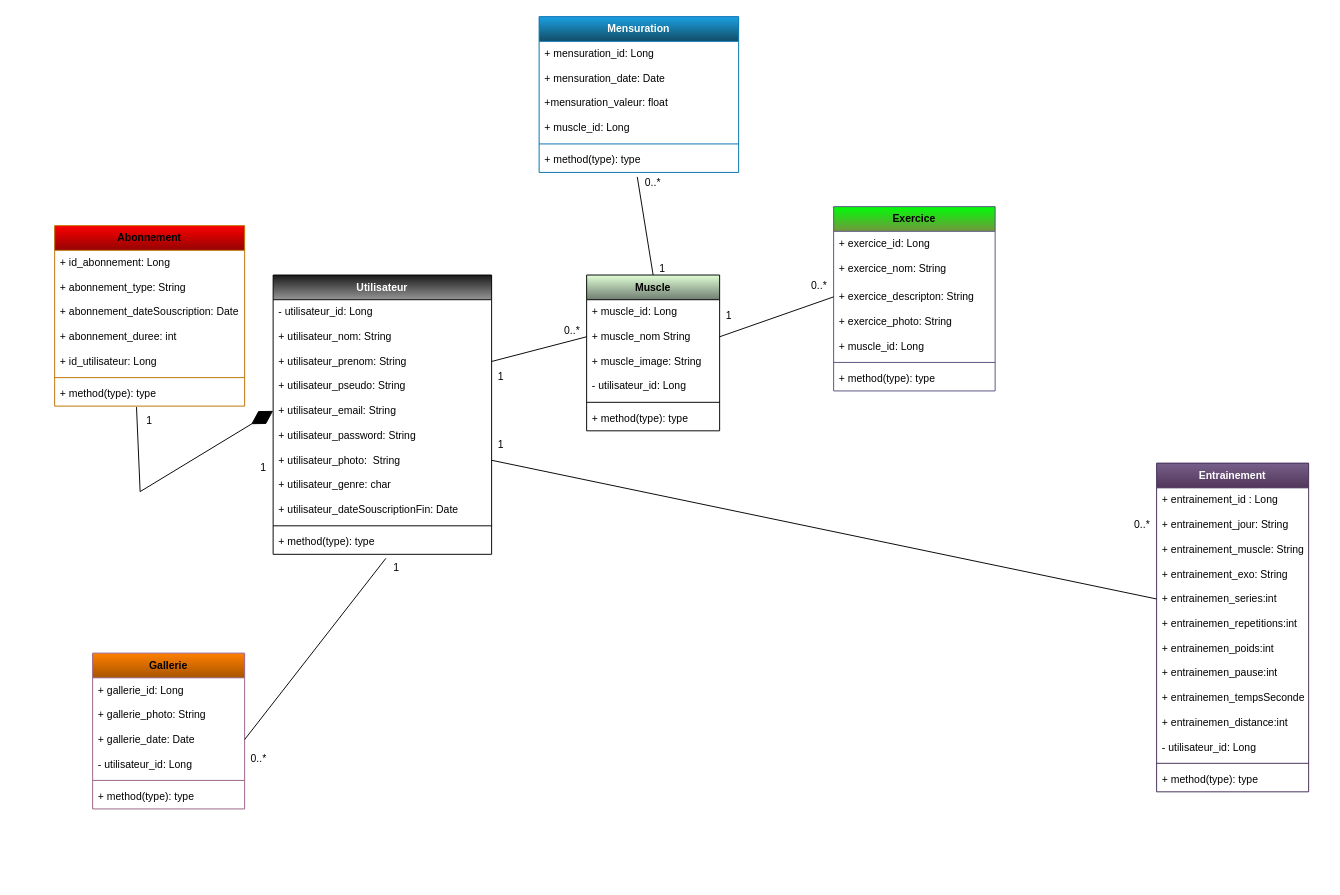
Above: Uml/shapeV7.drawio in AdHouen/Application_Shape (draw.io), before the change. Source tidied: cells renumbered, new cells numbered last; positions are measured from the earlier drawing's top-left corner, leaving out a move shared by most shapes. Both pictures are drawn from the tidied source at 95%, with x=0, y=0 at pixel (54, 16).
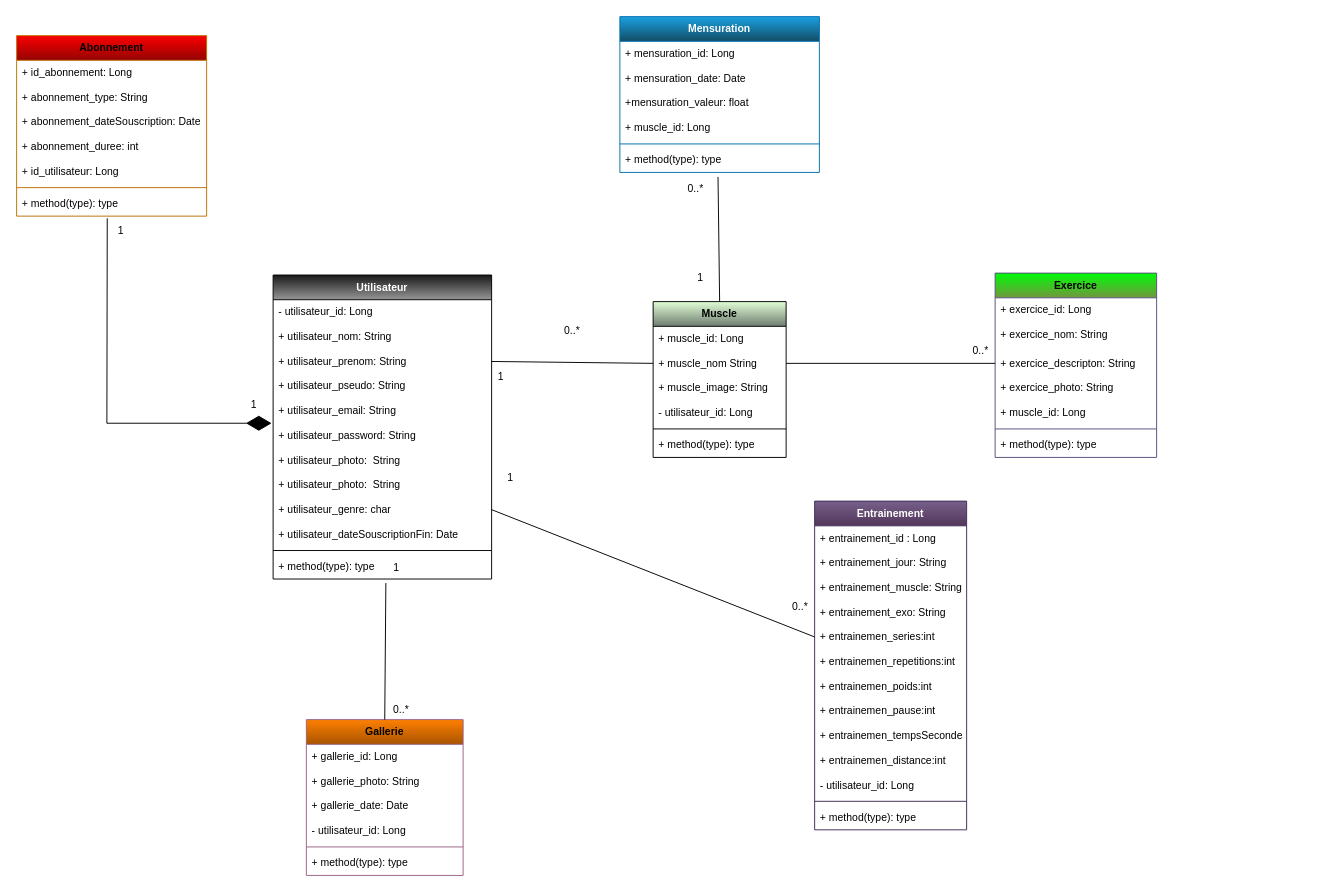
The same diagram, later.

Unchanged cells that the change refers to:
```xml
<mxCell id="7" value="+ utilisateur_email: String" style="text;strokeColor=none;fillColor=none;align=left;verticalAlign=top;spacingLeft=4;spacingRight=4;overflow=hidden;points=[[0,0.5],[1,0.5]];portConstraint=eastwest;fontSize=11;" parent="2" vertex="1">
  <mxGeometry y="130" width="230" height="26" as="geometry" />
</mxCell>
<mxCell id="8" value="+ utilisateur_password: String" style="text;strokeColor=none;fillColor=none;align=left;verticalAlign=top;spacingLeft=4;spacingRight=4;overflow=hidden;points=[[0,0.5],[1,0.5]];portConstraint=eastwest;fontSize=11;" parent="2" vertex="1">
  <mxGeometry y="156" width="230" height="26" as="geometry" />
</mxCell>
<mxCell id="21" value="+ method(type): type" style="text;strokeColor=none;fillColor=none;align=left;verticalAlign=top;spacingLeft=4;spacingRight=4;overflow=hidden;points=[[0,0.5],[1,0.5]];portConstraint=eastwest;fontSize=11;" parent="14" vertex="1">
  <mxGeometry y="164" width="200" height="26" as="geometry" />
</mxCell>
<mxCell id="34" value="+ entrainemen_series:int" style="text;strokeColor=none;fillColor=none;align=left;verticalAlign=top;spacingLeft=4;spacingRight=4;overflow=hidden;points=[[0,0.5],[1,0.5]];portConstraint=eastwest;fontSize=11;" parent="29" vertex="1">
  <mxGeometry y="130" width="160" height="26" as="geometry" />
</mxCell>
```

What changed in the source:
```diff
@@
     <mxCell id="2" value="Utilisateur" style="swimlane;fontStyle=1;align=center;verticalAlign=top;horizontal=1;startSize=26;fontSize=11;labelBackgroundColor=none;labelBorderColor=none;fillColor=#191919;fontColor=#FFFFFF;gradientColor=#969696;" parent="1" vertex="1">
-      <mxGeometry x="230" y="272" width="230" height="294" as="geometry" />
+      <mxGeometry x="230" y="272" width="230" height="320" as="geometry" />
     </mxCell>
@@
+    <mxCell id="83" value="+ utilisateur_photo:  String" style="text;strokeColor=none;fillColor=none;align=left;verticalAlign=top;spacingLeft=4;spacingRight=4;overflow=hidden;fontSize=11;" parent="2" vertex="1">
+      <mxGeometry y="182" width="230" height="26" as="geometry" />
+    </mxCell>
     <mxCell id="9" value="+ utilisateur_photo:  String" style="text;strokeColor=none;fillColor=none;align=left;verticalAlign=top;spacingLeft=4;spacingRight=4;overflow=hidden;points=[[0,0.5],[1,0.5]];portConstraint=eastwest;fontSize=11;" parent="2" vertex="1">
-      <mxGeometry y="182" width="230" height="26" as="geometry" />
+      <mxGeometry y="208" width="230" height="26" as="geometry" />
     </mxCell>
     <mxCell id="10" value="+ utilisateur_genre: char" style="text;strokeColor=none;fillColor=none;align=left;verticalAlign=top;spacingLeft=4;spacingRight=4;overflow=hidden;points=[[0,0.5],[1,0.5]];portConstraint=eastwest;fontSize=11;" parent="2" vertex="1">
-      <mxGeometry y="208" width="230" height="26" as="geometry" />
+      <mxGeometry y="234" width="230" height="26" as="geometry" />
     </mxCell>
     <mxCell id="11" value="+ utilisateur_dateSouscriptionFin: Date" style="text;strokeColor=none;fillColor=none;align=left;verticalAlign=top;spacingLeft=4;spacingRight=4;overflow=hidden;labelBackgroundColor=#FFFFFF;labelBorderColor=none;fontSize=11;fontColor=#000000;" parent="2" vertex="1">
-      <mxGeometry y="234" width="230" height="26" as="geometry" />
+      <mxGeometry y="260" width="230" height="26" as="geometry" />
     </mxCell>
     <mxCell id="12" style="line;strokeWidth=1;fillColor=none;align=left;verticalAlign=middle;spacingTop=-1;spacingLeft=3;spacingRight=3;labelPosition=right;strokeColor=inherit;fontSize=11;" parent="2" vertex="1">
-      <mxGeometry y="260" width="230" height="8" as="geometry" />
+      <mxGeometry y="286" width="230" height="8" as="geometry" />
     </mxCell>
     <mxCell id="13" value="+ method(type): type" style="text;strokeColor=none;fillColor=none;align=left;verticalAlign=top;spacingLeft=4;spacingRight=4;overflow=hidden;points=[[0,0.5],[1,0.5]];portConstraint=eastwest;fontSize=11;" parent="2" vertex="1">
-      <mxGeometry y="268" width="230" height="26" as="geometry" />
+      <mxGeometry y="294" width="230" height="26" as="geometry" />
     </mxCell>
     <mxCell id="14" value="Abonnement" style="swimlane;fontStyle=1;align=center;verticalAlign=top;horizontal=1;startSize=26;fillColor=#FC0000;strokeColor=#BD7000;fontColor=#000000;gradientColor=#940303;fontSize=11;" parent="1" vertex="1">
-      <mxGeometry y="220" width="200" height="190" as="geometry" />
+      <mxGeometry x="-40" y="20" width="200" height="190" as="geometry" />
     </mxCell>
@@
     <mxCell id="22" value="Gallerie" style="swimlane;fontStyle=1;align=center;verticalAlign=top;horizontal=1;startSize=26;fillColor=#FF8000;strokeColor=#996185;gradientColor=#A85400;fontSize=11;" parent="1" vertex="1">
-      <mxGeometry x="40" y="670" width="160" height="164" as="geometry" />
+      <mxGeometry x="265" y="740" width="165" height="164" as="geometry" />
     </mxCell>
     <mxCell id="23" value="+ gallerie_id: Long" style="text;strokeColor=none;fillColor=none;align=left;verticalAlign=top;spacingLeft=4;spacingRight=4;overflow=hidden;fontSize=11;" parent="22" vertex="1">
-      <mxGeometry y="26" width="160" height="26" as="geometry" />
+      <mxGeometry y="26" width="165" height="26" as="geometry" />
     </mxCell>
     <mxCell id="24" value="+ gallerie_photo: String" style="text;strokeColor=none;fillColor=none;align=left;verticalAlign=top;spacingLeft=4;spacingRight=4;overflow=hidden;fontSize=11;" parent="22" vertex="1">
-      <mxGeometry y="52" width="160" height="26" as="geometry" />
+      <mxGeometry y="52" width="165" height="26" as="geometry" />
     </mxCell>
     <mxCell id="25" value="+ gallerie_date: Date" style="text;strokeColor=none;fillColor=none;align=left;verticalAlign=top;spacingLeft=4;spacingRight=4;overflow=hidden;points=[[0,0.5],[1,0.5]];portConstraint=eastwest;fontSize=11;" parent="22" vertex="1">
-      <mxGeometry y="78" width="160" height="26" as="geometry" />
+      <mxGeometry y="78" width="165" height="26" as="geometry" />
     </mxCell>
     <mxCell id="26" value="- utilisateur_id: Long" style="text;strokeColor=none;fillColor=none;align=left;verticalAlign=top;spacingLeft=4;spacingRight=4;overflow=hidden;fontSize=11;" parent="22" vertex="1">
-      <mxGeometry y="104" width="160" height="26" as="geometry" />
+      <mxGeometry y="104" width="165" height="26" as="geometry" />
     </mxCell>
     <mxCell id="27" style="line;strokeWidth=1;fillColor=none;align=left;verticalAlign=middle;spacingTop=-1;spacingLeft=3;spacingRight=3;labelPosition=right;strokeColor=inherit;fontSize=11;" parent="22" vertex="1">
-      <mxGeometry y="130" width="160" height="8" as="geometry" />
+      <mxGeometry y="130" width="165" height="8" as="geometry" />
     </mxCell>
     <mxCell id="28" value="+ method(type): type" style="text;strokeColor=none;fillColor=none;align=left;verticalAlign=top;spacingLeft=4;spacingRight=4;overflow=hidden;fontSize=11;" parent="22" vertex="1">
-      <mxGeometry y="138" width="160" height="26" as="geometry" />
+      <mxGeometry y="138" width="165" height="26" as="geometry" />
     </mxCell>
     <mxCell id="29" value="Entrainement" style="swimlane;fontStyle=1;align=center;verticalAlign=top;horizontal=1;startSize=26;fillColor=#76608A;fontColor=#ffffff;strokeColor=#432D57;gradientColor=#523659;fontSize=11;" parent="1" vertex="1">
-      <mxGeometry x="1160" y="470" width="160" height="346" as="geometry" />
+      <mxGeometry x="800" y="510" width="160" height="346" as="geometry" />
     </mxCell>
@@
     <mxCell id="43" value="Exercice" style="swimlane;fontStyle=1;align=center;verticalAlign=top;horizontal=1;startSize=26;fillColor=#00FC08;strokeColor=#56517e;gradientColor=#73963D;fontSize=11;" parent="1" vertex="1">
-      <mxGeometry x="820" y="200" width="170" height="194" as="geometry" />
+      <mxGeometry x="990" y="270" width="170" height="194" as="geometry" />
     </mxCell>
@@
     <mxCell id="51" value="Muscle" style="swimlane;fontStyle=1;align=center;verticalAlign=top;horizontal=1;startSize=26;fillColor=#E1FFD6;gradientColor=#6F7D71;fontSize=11;" parent="1" vertex="1">
-      <mxGeometry x="560" y="272" width="140" height="164" as="geometry" />
+      <mxGeometry x="630" y="300" width="140" height="164" as="geometry" />
     </mxCell>
@@
-    <mxCell id="60" style="endArrow=none;html=1;rounded=0;entryX=0;entryY=0.5;entryDx=0;entryDy=0;exitX=1;exitY=0.5;exitDx=0;exitDy=0;" parent="1" edge="1" source="9" target="34">
+    <mxCell id="60" style="endArrow=none;html=1;rounded=0;entryX=0;entryY=0.5;entryDx=0;entryDy=0;exitX=1;exitY=0.5;exitDx=0;exitDy=0;" parent="1" edge="1" source="10" target="34">
       <mxGeometry relative="1" as="geometry" />
     </mxCell>
-    <mxCell id="61" style="endArrow=none;html=1;rounded=0;exitX=1;exitY=0.5;exitDx=0;exitDy=0;entryX=0.516;entryY=1.162;entryDx=0;entryDy=0;entryPerimeter=0;" parent="1" edge="1" source="25" target="13">
+    <mxCell id="61" style="endArrow=none;html=1;rounded=0;exitX=0.5;exitY=0;exitDx=0;exitDy=0;entryX=0.516;entryY=1.162;entryDx=0;entryDy=0;entryPerimeter=0;" parent="1" edge="1" source="22" target="13">
       <mxGeometry relative="1" as="geometry" />
     </mxCell>
-    <mxCell id="62" style="endArrow=diamondThin;endFill=1;endSize=24;html=1;rounded=0;entryX=0;entryY=0.5;entryDx=0;entryDy=0;fontSize=11;exitX=0.431;exitY=1.039;exitDx=0;exitDy=0;exitPerimeter=0;" parent="1" edge="1" source="21" target="7">
+    <mxCell id="62" style="endArrow=diamondThin;endFill=1;endSize=24;html=1;rounded=0;entryX=-0.007;entryY=0.001;entryDx=0;entryDy=0;fontSize=11;entryPerimeter=0;exitX=0.477;exitY=1.088;exitDx=0;exitDy=0;exitPerimeter=0;" parent="1" edge="1" source="21" target="8">
       <mxGeometry relative="1" as="geometry">
         <Array as="points">
-          <mxPoint x="90" y="500" />
+          <mxPoint x="55" y="428" />
         </Array>
       </mxGeometry>
     </mxCell>
@@
     <mxCell id="64" value="1" style="text;html=1;strokeColor=none;fillColor=none;align=center;verticalAlign=middle;whiteSpace=wrap;rounded=0;fontSize=11;" parent="1" vertex="1">
-      <mxGeometry x="460" y="436" width="20" height="30" as="geometry" />
+      <mxGeometry x="470" y="470" width="20" height="30" as="geometry" />
     </mxCell>
@@
     <mxCell id="66" value="1" style="text;html=1;strokeColor=none;fillColor=none;align=center;verticalAlign=middle;whiteSpace=wrap;rounded=0;fontSize=11;" parent="1" vertex="1">
-      <mxGeometry x="210" y="460" width="20" height="30" as="geometry" />
+      <mxGeometry x="200" y="394" width="20" height="30" as="geometry" />
     </mxCell>
-    <mxCell id="67" value="1" style="text;html=1;strokeColor=none;fillColor=none;align=center;verticalAlign=middle;whiteSpace=wrap;rounded=0;fontSize=11;" parent="1" vertex="1">
-      <mxGeometry x="700" y="300" width="20" height="30" as="geometry" />
-    </mxCell>
@@
     <mxCell id="69" value="0..*" style="text;html=1;strokeColor=none;fillColor=none;align=center;verticalAlign=middle;whiteSpace=wrap;rounded=0;fontSize=11;" parent="1" vertex="1">
-      <mxGeometry x="790" y="272" width="30" height="21" as="geometry" />
+      <mxGeometry x="960" y="341" width="30" height="21" as="geometry" />
     </mxCell>
     <mxCell id="70" value="0..*" style="text;html=1;strokeColor=none;fillColor=none;align=center;verticalAlign=middle;whiteSpace=wrap;rounded=0;fontSize=11;" parent="1" vertex="1">
-      <mxGeometry x="1130" y="524.5" width="30" height="21" as="geometry" />
+      <mxGeometry x="770" y="610" width="30" height="21" as="geometry" />
     </mxCell>
     <mxCell id="71" value="1" style="text;html=1;strokeColor=none;fillColor=none;align=center;verticalAlign=middle;whiteSpace=wrap;rounded=0;fontSize=11;" parent="1" vertex="1">
-      <mxGeometry x="90" y="410" width="20" height="30" as="geometry" />
+      <mxGeometry x="60" y="210" width="20" height="30" as="geometry" />
     </mxCell>
     <mxCell id="72" value="Mensuration" style="swimlane;fontStyle=1;align=center;verticalAlign=top;horizontal=1;startSize=26;fillColor=#1BA1E2;strokeColor=#006EAF;fontColor=#ffffff;gradientColor=#124D66;fontSize=11;" parent="1" vertex="1">
-      <mxGeometry x="510" width="210" height="164" as="geometry" />
+      <mxGeometry x="595" width="210" height="164" as="geometry" />
     </mxCell>
@@
     <mxCell id="80" value="1" style="text;html=1;strokeColor=none;fillColor=none;align=center;verticalAlign=middle;whiteSpace=wrap;rounded=0;fontSize=11;" parent="1" vertex="1">
-      <mxGeometry x="630" y="250" width="20" height="30" as="geometry" />
+      <mxGeometry x="670" y="260" width="20" height="30" as="geometry" />
     </mxCell>
     <mxCell id="81" value="0..*" style="text;html=1;strokeColor=none;fillColor=none;align=center;verticalAlign=middle;whiteSpace=wrap;rounded=0;fontSize=11;" parent="1" vertex="1">
-      <mxGeometry x="615" y="164" width="30" height="21" as="geometry" />
+      <mxGeometry x="660" y="170" width="30" height="21" as="geometry" />
     </mxCell>
     <mxCell id="82" value="0..*" style="text;html=1;strokeColor=none;fillColor=none;align=center;verticalAlign=middle;whiteSpace=wrap;rounded=0;fontSize=11;" parent="1" vertex="1">
-      <mxGeometry x="200" y="770" width="30" height="21" as="geometry" />
+      <mxGeometry x="350" y="719" width="30" height="21" as="geometry" />
     </mxCell>
```
